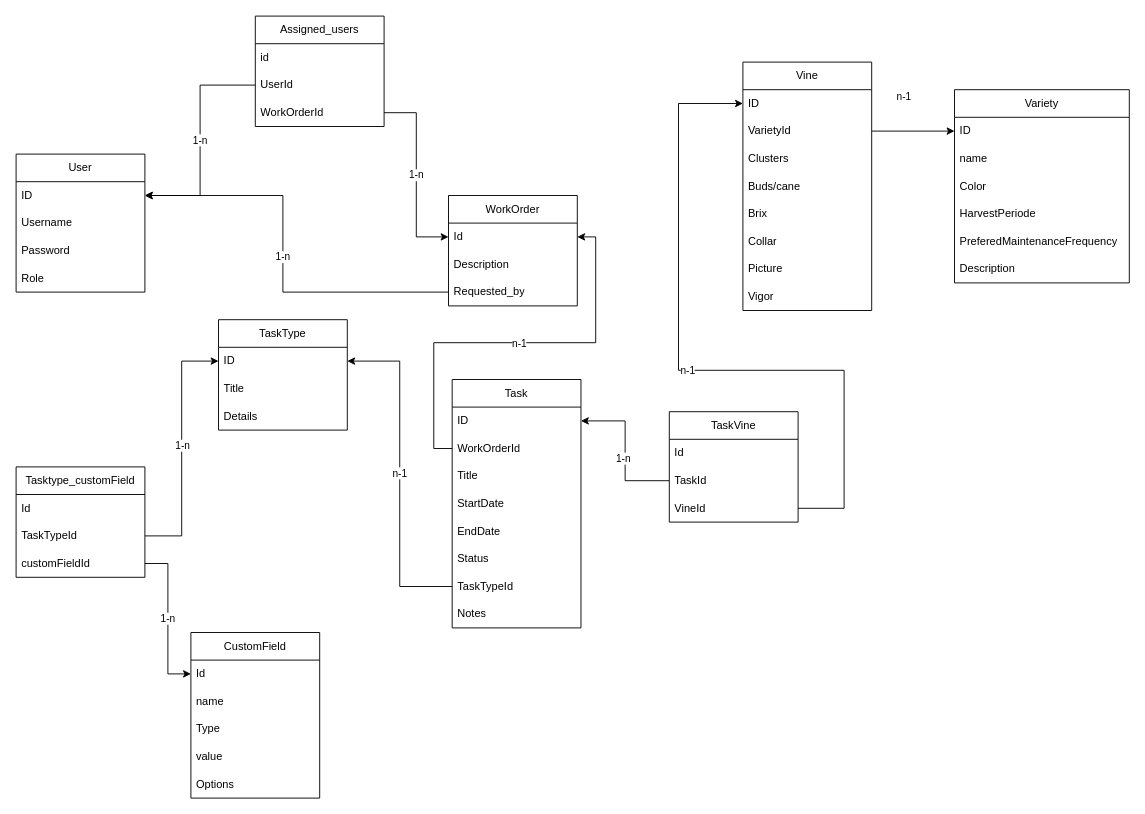
Before: doc/diagram/Object-structure.drawio in TheVannysher/RavenhillSoftware, a draw.io diagram. Source tidied: cells renumbered, new cells numbered last; positions are measured from the earlier drawing's top-left corner, leaving out a move shared by most shapes. Both pictures are drawn from the tidied source at 92%, with x=0, y=0 at pixel (16, 16).
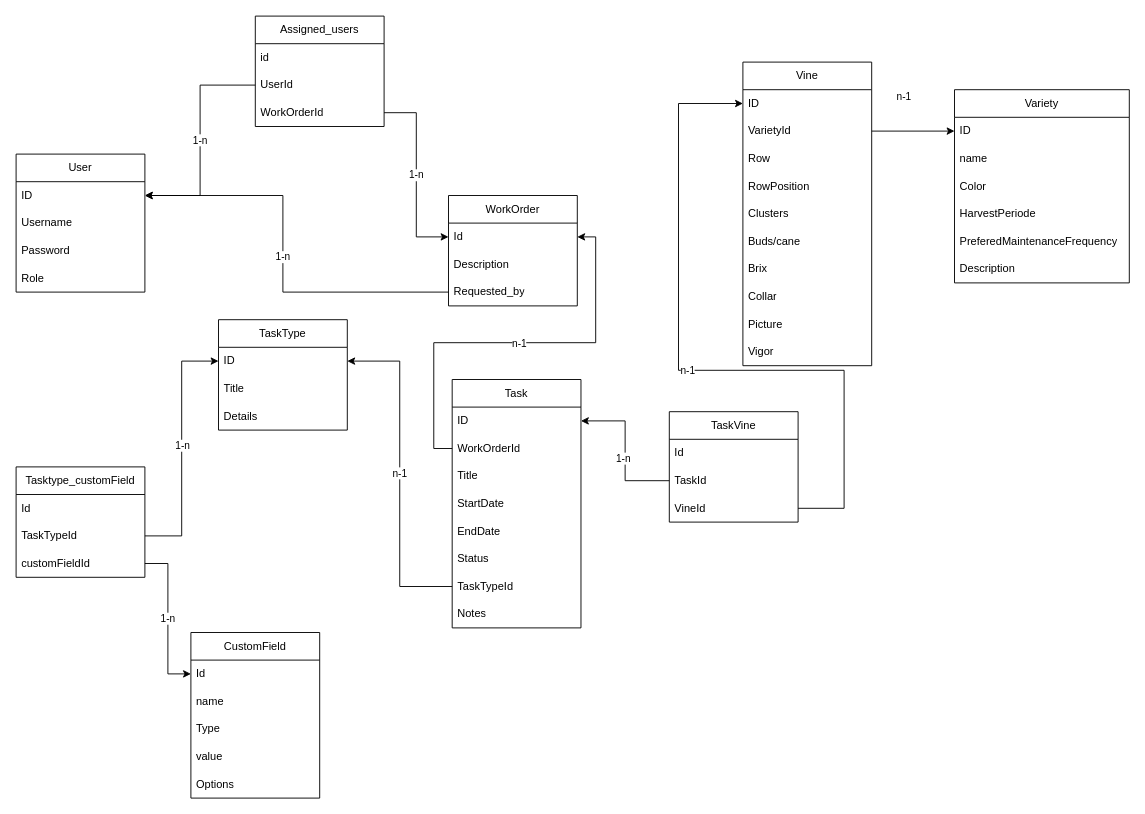
After the change.

Diff of the diagram source:
```diff
@@
     <mxCell id="2" value="Vine" style="swimlane;fontStyle=0;horizontal=1;startSize=30;whiteSpace=wrap;html=1;" parent="1" vertex="1">
-      <mxGeometry x="790" y="50" width="140" height="270" as="geometry" />
+      <mxGeometry x="790" y="50" width="140" height="330" as="geometry" />
     </mxCell>
@@
+    <mxCell id="72" value="Row" style="text;strokeColor=none;fillColor=none;align=left;verticalAlign=middle;spacingLeft=4;spacingRight=4;overflow=hidden;whiteSpace=wrap;html=1;" parent="2" vertex="1">
+      <mxGeometry y="90" width="140" height="30" as="geometry" />
+    </mxCell>
+    <mxCell id="73" value="RowPosition" style="text;strokeColor=none;fillColor=none;align=left;verticalAlign=middle;spacingLeft=4;spacingRight=4;overflow=hidden;whiteSpace=wrap;html=1;" parent="2" vertex="1">
+      <mxGeometry y="120" width="140" height="30" as="geometry" />
+    </mxCell>
     <mxCell id="5" value="Clusters" style="text;strokeColor=none;fillColor=none;align=left;verticalAlign=middle;spacingLeft=4;spacingRight=4;overflow=hidden;whiteSpace=wrap;html=1;" parent="2" vertex="1">
-      <mxGeometry y="90" width="140" height="30" as="geometry" />
+      <mxGeometry y="150" width="140" height="30" as="geometry" />
     </mxCell>
     <mxCell id="6" value="Buds/cane" style="text;strokeColor=none;fillColor=none;align=left;verticalAlign=middle;spacingLeft=4;spacingRight=4;overflow=hidden;whiteSpace=wrap;html=1;" parent="2" vertex="1">
-      <mxGeometry y="120" width="140" height="30" as="geometry" />
+      <mxGeometry y="180" width="140" height="30" as="geometry" />
     </mxCell>
     <mxCell id="7" value="Brix" style="text;strokeColor=none;fillColor=none;align=left;verticalAlign=middle;spacingLeft=4;spacingRight=4;overflow=hidden;whiteSpace=wrap;html=1;" parent="2" vertex="1">
-      <mxGeometry y="150" width="140" height="30" as="geometry" />
+      <mxGeometry y="210" width="140" height="30" as="geometry" />
     </mxCell>
     <mxCell id="8" value="Collar" style="text;strokeColor=none;fillColor=none;align=left;verticalAlign=middle;spacingLeft=4;spacingRight=4;overflow=hidden;whiteSpace=wrap;html=1;" parent="2" vertex="1">
-      <mxGeometry y="180" width="140" height="30" as="geometry" />
+      <mxGeometry y="240" width="140" height="30" as="geometry" />
     </mxCell>
     <mxCell id="9" value="Picture" style="text;strokeColor=none;fillColor=none;align=left;verticalAlign=middle;spacingLeft=4;spacingRight=4;overflow=hidden;whiteSpace=wrap;html=1;" parent="2" vertex="1">
-      <mxGeometry y="210" width="140" height="30" as="geometry" />
+      <mxGeometry y="270" width="140" height="30" as="geometry" />
     </mxCell>
     <mxCell id="10" value="Vigor" style="text;strokeColor=none;fillColor=none;align=left;verticalAlign=middle;spacingLeft=4;spacingRight=4;overflow=hidden;whiteSpace=wrap;html=1;" parent="2" vertex="1">
-      <mxGeometry y="240" width="140" height="30" as="geometry" />
+      <mxGeometry y="300" width="140" height="30" as="geometry" />
     </mxCell>
```
